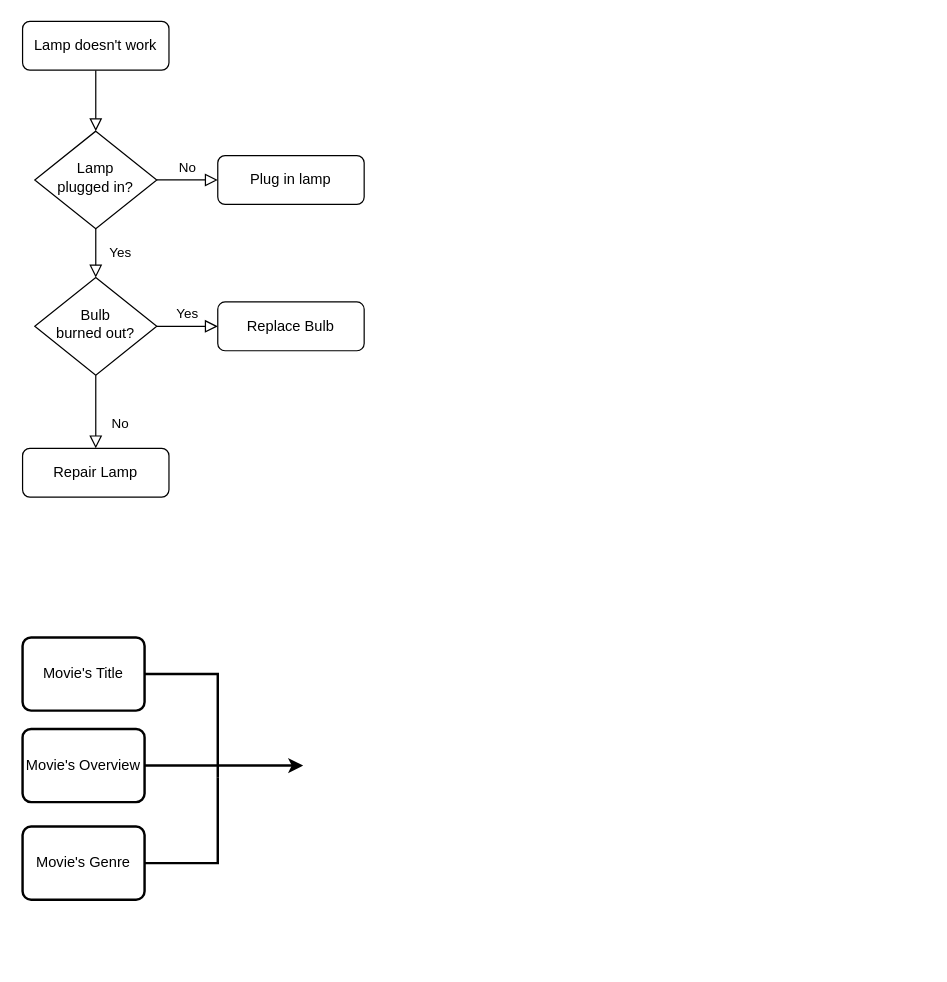
Before: test.drawio in huaruoji/draw.io, a draw.io diagram. Source tidied: cells renumbered, new cells numbered last; positions are measured from the earlier drawing's top-left corner, leaving out a move shared by most shapes. Both pictures are drawn from the tidied source at 122%, with x=0, y=0 at pixel (22, 21).
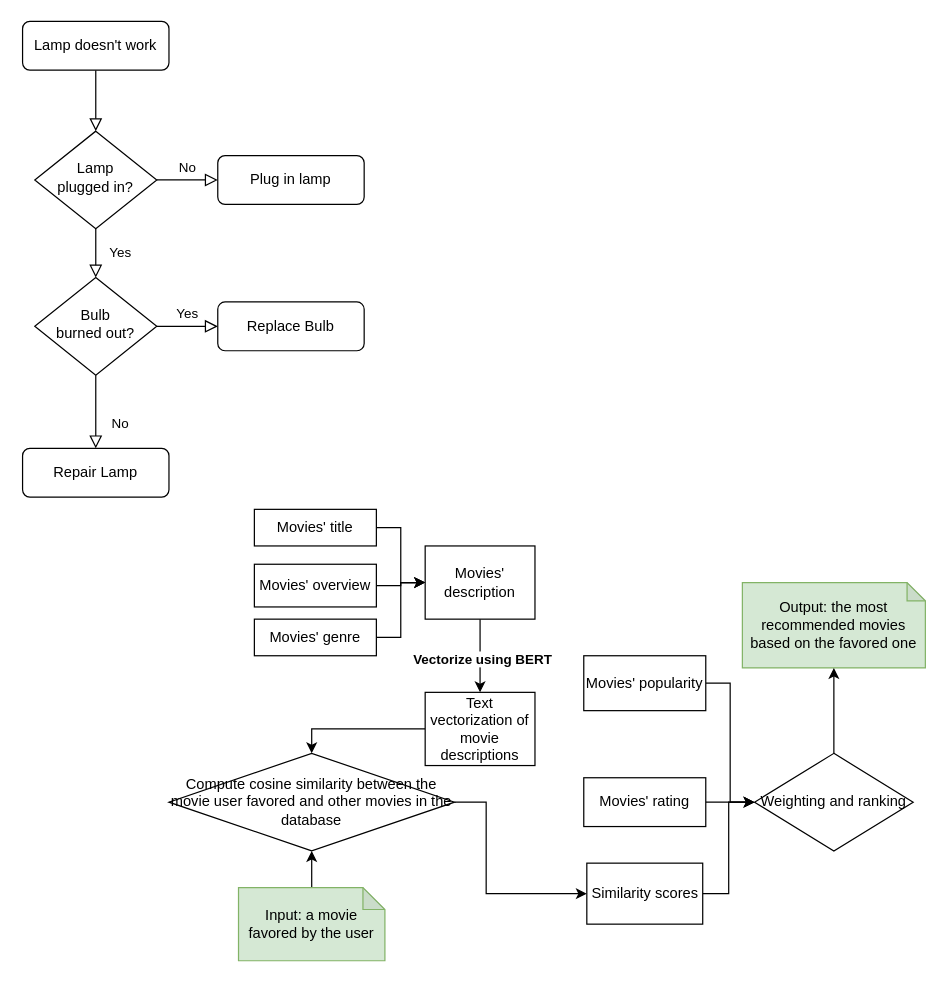
After the change.

Diff of the diagram source:
```diff
@@
-    <mxCell id="13" value="Movie's Title" style="rounded=1;whiteSpace=wrap;html=1;absoluteArcSize=1;arcSize=14;strokeWidth=2;" parent="1" vertex="1">
-      <mxGeometry y="505" width="100" height="60" as="geometry" />
-    </mxCell>
-    <mxCell id="14" value="Movie's Overview" style="rounded=1;whiteSpace=wrap;html=1;absoluteArcSize=1;arcSize=14;strokeWidth=2;" parent="1" vertex="1">
-      <mxGeometry y="580" width="100" height="60" as="geometry" />
-    </mxCell>
-    <mxCell id="15" value="Movie's Genre" style="rounded=1;whiteSpace=wrap;html=1;absoluteArcSize=1;arcSize=14;strokeWidth=2;" parent="1" vertex="1">
-      <mxGeometry y="660" width="100" height="60" as="geometry" />
-    </mxCell>
-    <mxCell id="16" style="group;" parent="1" vertex="1">
-      <mxGeometry x="160" y="535" height="155" as="geometry" />
-    </mxCell>
-    <mxCell id="17" style="endArrow=none;html=1;rounded=0;fontStyle=1;strokeWidth=2;exitX=1;exitY=0.5;exitDx=0;exitDy=0;" parent="16" edge="1" source="13">
-      <mxGeometry relative="1" as="geometry">
-        <mxPoint y="85" as="targetPoint" />
-        <Array as="points">
-          <mxPoint />
-        </Array>
-      </mxGeometry>
-    </mxCell>
-    <mxCell id="18" style="endArrow=none;html=1;rounded=0;strokeWidth=2;exitX=1;exitY=0.5;exitDx=0;exitDy=0;" parent="16" edge="1" source="15">
-      <mxGeometry relative="1" as="geometry">
-        <mxPoint y="85" as="targetPoint" />
-        <Array as="points">
-          <mxPoint y="155" />
-        </Array>
-      </mxGeometry>
-    </mxCell>
-    <mxCell id="19" style="endArrow=none;html=1;rounded=0;strokeWidth=2;exitX=1;exitY=0.5;exitDx=0;exitDy=0;" parent="16" edge="1" source="14">
-      <mxGeometry relative="1" as="geometry">
-        <mxPoint y="75" as="targetPoint" />
-        <Array as="points">
-          <mxPoint y="75" />
-        </Array>
-      </mxGeometry>
-    </mxCell>
-    <mxCell id="20" style="endArrow=classic;html=1;rounded=0;strokeWidth=2;" parent="1" edge="1">
-      <mxGeometry relative="1" as="geometry">
-        <mxPoint x="160" y="610" as="sourcePoint" />
-        <mxPoint x="230" y="610" as="targetPoint" />
-      </mxGeometry>
-    </mxCell>
+    <mxCell id="21" style="edgeStyle=orthogonalEdgeStyle;rounded=0;jettySize=auto;html=1;" parent="1" edge="1" source="22" target="29">
+      <mxGeometry relative="1" as="geometry" />
+    </mxCell>
+    <mxCell id="22" value="Movies' title" style="rounded=0;whiteSpace=wrap;html=1;" parent="1" vertex="1">
+      <mxGeometry x="190" y="400" width="100" height="30" as="geometry" />
+    </mxCell>
+    <mxCell id="23" style="edgeStyle=orthogonalEdgeStyle;rounded=0;jettySize=auto;html=1;" parent="1" edge="1" source="24" target="29">
+      <mxGeometry relative="1" as="geometry" />
+    </mxCell>
+    <mxCell id="24" value="Movies' overview" style="rounded=0;whiteSpace=wrap;html=1;" parent="1" vertex="1">
+      <mxGeometry x="190" y="445" width="100" height="35" as="geometry" />
+    </mxCell>
+    <mxCell id="25" style="edgeStyle=orthogonalEdgeStyle;rounded=0;jettySize=auto;html=1;entryX=0;entryY=0.5;entryDx=0;entryDy=0;" parent="1" edge="1" source="26" target="29">
+      <mxGeometry relative="1" as="geometry" />
+    </mxCell>
+    <mxCell id="26" value="Movies' genre" style="rounded=0;whiteSpace=wrap;html=1;" parent="1" vertex="1">
+      <mxGeometry x="190" y="490" width="100" height="30" as="geometry" />
+    </mxCell>
+    <mxCell id="27" style="edgeStyle=orthogonalEdgeStyle;rounded=0;jettySize=auto;html=1;" parent="1" edge="1" source="29" target="31">
+      <mxGeometry relative="1" as="geometry" />
+    </mxCell>
+    <mxCell id="28" value="Vectorize using BERT" style="edgeLabel;html=1;align=center;verticalAlign=middle;fontStyle=1;" parent="27" vertex="1">
+      <mxGeometry x="0.06" y="1" relative="1" as="geometry" />
+    </mxCell>
+    <mxCell id="29" value="Movies' description" style="whiteSpace=wrap;html=1;rounded=0;" parent="1" vertex="1">
+      <mxGeometry x="330" y="430" width="90" height="60" as="geometry" />
+    </mxCell>
+    <mxCell id="30" style="edgeStyle=orthogonalEdgeStyle;rounded=0;jettySize=auto;html=1;exitX=0;exitY=0.5;exitDx=0;exitDy=0;" parent="1" edge="1" source="31" target="35">
+      <mxGeometry relative="1" as="geometry" />
+    </mxCell>
+    <mxCell id="31" value="Text vectorization of movie descriptions" style="whiteSpace=wrap;html=1;rounded=0;" parent="1" vertex="1">
+      <mxGeometry x="330" y="550" width="90" height="60" as="geometry" />
+    </mxCell>
+    <mxCell id="32" style="edgeStyle=orthogonalEdgeStyle;rounded=0;jettySize=auto;html=1;entryX=0;entryY=0.5;entryDx=0;entryDy=0;" parent="1" edge="1" source="33" target="40">
+      <mxGeometry relative="1" as="geometry" />
+    </mxCell>
+    <mxCell id="33" value="Similarity scores" style="whiteSpace=wrap;html=1;rounded=0;" parent="1" vertex="1">
+      <mxGeometry x="462.5" y="690" width="95" height="50" as="geometry" />
+    </mxCell>
+    <mxCell id="34" style="edgeStyle=orthogonalEdgeStyle;rounded=0;jettySize=auto;html=1;entryX=0;entryY=0.5;entryDx=0;entryDy=0;" parent="1" edge="1" source="35" target="33">
+      <mxGeometry relative="1" as="geometry">
+        <Array as="points">
+          <mxPoint x="380" y="640" />
+          <mxPoint x="380" y="715" />
+        </Array>
+      </mxGeometry>
+    </mxCell>
+    <mxCell id="35" value="Compute cosine similarity between the movie user favored and other movies in the database" style="rhombus;whiteSpace=wrap;html=1;direction=west;" parent="1" vertex="1">
+      <mxGeometry x="120" y="600" width="234" height="80" as="geometry" />
+    </mxCell>
+    <mxCell id="36" style="edgeStyle=orthogonalEdgeStyle;rounded=0;jettySize=auto;html=1;entryX=0;entryY=0.5;entryDx=0;entryDy=0;" parent="1" edge="1" source="37" target="40">
+      <mxGeometry relative="1" as="geometry" />
+    </mxCell>
+    <mxCell id="37" value="Movies' rating" style="rounded=0;whiteSpace=wrap;html=1;" parent="1" vertex="1">
+      <mxGeometry x="460" y="620" width="100" height="40" as="geometry" />
+    </mxCell>
+    <mxCell id="38" style="edgeStyle=orthogonalEdgeStyle;rounded=0;jettySize=auto;html=1;entryX=0;entryY=0.5;entryDx=0;entryDy=0;" parent="1" edge="1" source="39" target="40">
+      <mxGeometry relative="1" as="geometry" />
+    </mxCell>
+    <mxCell id="39" value="Movies' popularity" style="rounded=0;whiteSpace=wrap;html=1;" parent="1" vertex="1">
+      <mxGeometry x="460" y="520" width="100" height="45" as="geometry" />
+    </mxCell>
+    <mxCell id="40" value="Weighting and ranking" style="rhombus;whiteSpace=wrap;html=1;" parent="1" vertex="1">
+      <mxGeometry x="600" y="600" width="130" height="80" as="geometry" />
+    </mxCell>
+    <mxCell id="41" value="Output: the most recommended movies based on the favored one" style="shape=note;whiteSpace=wrap;html=1;backgroundOutline=1;darkOpacity=0.05;fillColor=#d5e8d4;strokeColor=#82b366;size=15;" parent="1" vertex="1">
+      <mxGeometry x="590" y="460" width="150" height="70" as="geometry" />
+    </mxCell>
+    <mxCell id="42" style="edgeStyle=orthogonalEdgeStyle;rounded=0;jettySize=auto;html=1;entryX=0.5;entryY=0;entryDx=0;entryDy=0;" parent="1" edge="1" source="43" target="35">
+      <mxGeometry relative="1" as="geometry" />
+    </mxCell>
+    <mxCell id="43" value="Input: a movie favored by the user" style="shape=note;whiteSpace=wrap;html=1;backgroundOutline=1;darkOpacity=0.05;size=18;fillColor=#d5e8d4;strokeColor=#82b366;" parent="1" vertex="1">
+      <mxGeometry x="177" y="710" width="120" height="60" as="geometry" />
+    </mxCell>
+    <mxCell id="44" style="edgeStyle=orthogonalEdgeStyle;rounded=0;jettySize=auto;html=1;entryX=0.5;entryY=1;entryDx=0;entryDy=0;entryPerimeter=0;" parent="1" edge="1" source="40" target="41">
+      <mxGeometry relative="1" as="geometry" />
+    </mxCell>
```
